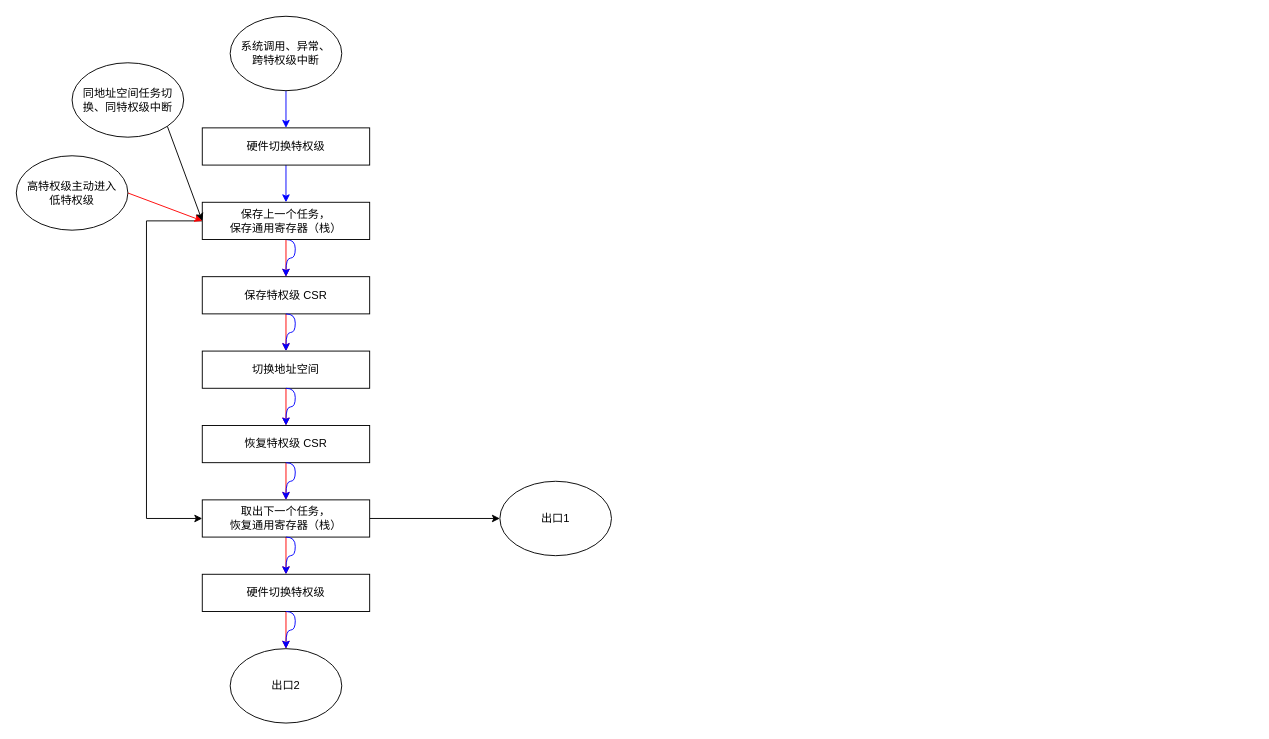
This is assets/trampoline.drawio from ATS-INTC/moic, a draw.io file, before an edit. Source tidied: cells renumbered, new cells numbered last; positions are measured from the earlier drawing's top-left corner, leaving out a move shared by most shapes. Both pictures are drawn from the tidied source at 93%, with x=0, y=0 at pixel (16, 16).
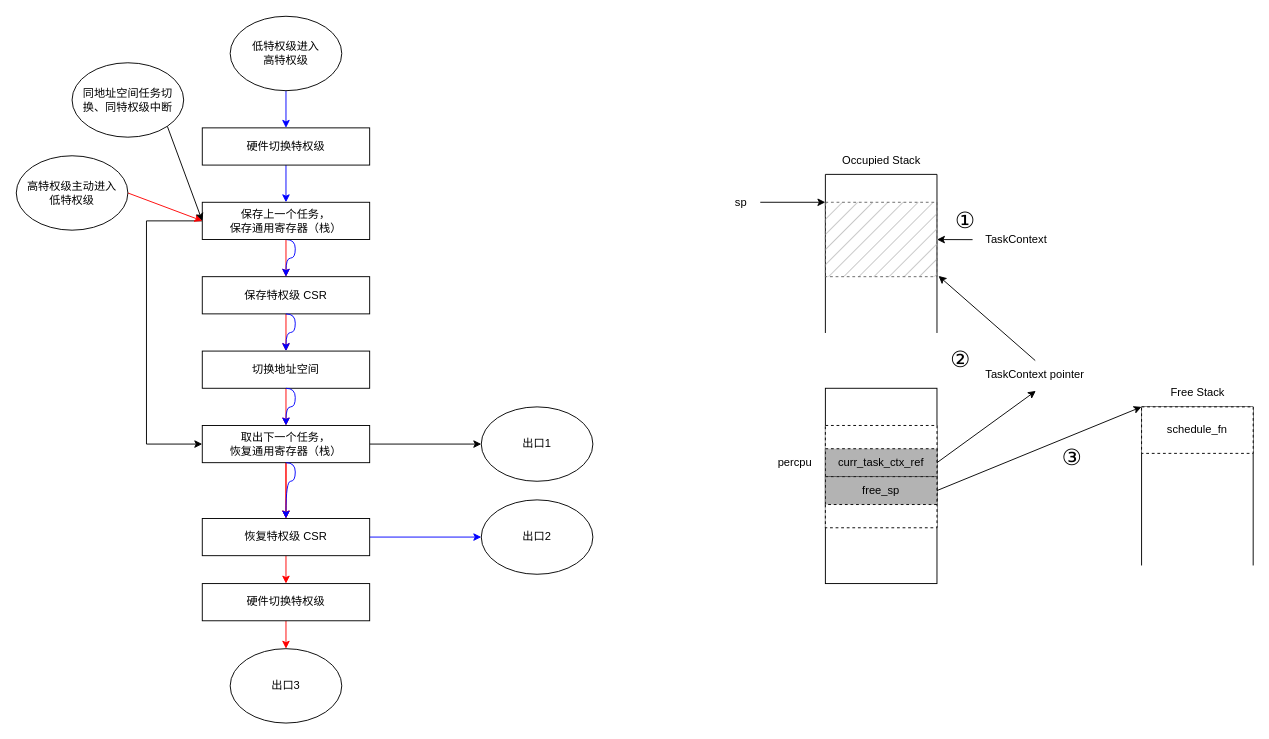
The same page after the edit.

The change refers to these unchanged cells:
```xml
<mxCell id="7" value="保存上一个任务，&lt;br&gt;保存通用寄存器（栈）" style="rounded=0;whiteSpace=wrap;html=1;" parent="1" vertex="1">
  <mxGeometry x="200" y="200" width="180" height="40" as="geometry" />
</mxCell>
<mxCell id="18" value="切换地址空间" style="rounded=0;whiteSpace=wrap;html=1;" parent="1" vertex="1">
  <mxGeometry x="200" y="360" width="180" height="40" as="geometry" />
</mxCell>
```

The edit, as a diff of the source:
```diff
@@
     <mxCell id="4" style="edgeStyle=orthogonalEdgeStyle;html=1;exitX=0;exitY=0.5;exitDx=0;exitDy=0;entryX=0;entryY=0.5;entryDx=0;entryDy=0;rounded=0;elbow=vertical;" parent="1" edge="1" source="7" target="10">
       <mxGeometry relative="1" as="geometry">
         <Array as="points">
           <mxPoint x="140" y="220" />
-          <mxPoint x="140" y="540" />
+          <mxPoint x="140" y="460" />
         </Array>
       </mxGeometry>
     </mxCell>
@@
-    <mxCell id="9" style="edgeStyle=none;rounded=0;html=1;exitX=0.5;exitY=1;exitDx=0;exitDy=0;entryX=0.5;entryY=0;entryDx=0;entryDy=0;strokeColor=#ff0000;elbow=vertical;" parent="1" edge="1" source="10" target="16">
-      <mxGeometry relative="1" as="geometry" />
-    </mxCell>
+    <mxCell id="32" style="edgeStyle=none;html=1;exitX=0.5;exitY=1;exitDx=0;exitDy=0;entryX=0.5;entryY=0;entryDx=0;entryDy=0;strokeColor=#FF0000;" parent="1" edge="1" source="10" target="14">
+      <mxGeometry relative="1" as="geometry" />
+    </mxCell>
+    <mxCell id="33" style="edgeStyle=none;html=1;strokeColor=#FF0000;" parent="1" edge="1" source="10" target="14">
+      <mxGeometry relative="1" as="geometry" />
+    </mxCell>
     <mxCell id="10" value="取出下一个任务，&lt;br&gt;恢复通用寄存器（栈）" style="rounded=0;whiteSpace=wrap;html=1;" parent="1" vertex="1">
-      <mxGeometry x="200" y="520" width="180" height="40" as="geometry" />
+      <mxGeometry x="200" y="440" width="180" height="40" as="geometry" />
     </mxCell>
@@
-    <mxCell id="13" style="edgeStyle=none;rounded=0;html=1;exitX=0.5;exitY=1;exitDx=0;exitDy=0;entryX=0.5;entryY=0;entryDx=0;entryDy=0;strokeColor=#ff0000;elbow=vertical;" parent="1" edge="1" source="14" target="10">
-      <mxGeometry relative="1" as="geometry" />
-    </mxCell>
+    <mxCell id="34" style="edgeStyle=none;html=1;exitX=0.5;exitY=1;exitDx=0;exitDy=0;entryX=0.5;entryY=0;entryDx=0;entryDy=0;strokeColor=#FF0000;" parent="1" edge="1" source="14" target="16">
+      <mxGeometry relative="1" as="geometry" />
+    </mxCell>
+    <mxCell id="35" style="edgeStyle=none;html=1;exitX=1;exitY=0.5;exitDx=0;exitDy=0;entryX=0;entryY=0.5;entryDx=0;entryDy=0;strokeColor=#0000FF;" parent="1" edge="1" source="14" target="39">
+      <mxGeometry relative="1" as="geometry" />
+    </mxCell>
     <mxCell id="14" value="恢复特权级 CSR" style="rounded=0;whiteSpace=wrap;html=1;" parent="1" vertex="1">
-      <mxGeometry x="200" y="440" width="180" height="40" as="geometry" />
+      <mxGeometry x="200" y="540" width="180" height="40" as="geometry" />
     </mxCell>
@@
     <mxCell id="16" value="硬件切换特权级" style="rounded=0;whiteSpace=wrap;html=1;" parent="1" vertex="1">
-      <mxGeometry x="200" y="600" width="180" height="40" as="geometry" />
+      <mxGeometry x="200" y="610" width="180" height="40" as="geometry" />
     </mxCell>
-    <mxCell id="17" style="edgeStyle=none;rounded=0;html=1;exitX=0.5;exitY=1;exitDx=0;exitDy=0;entryX=0.5;entryY=0;entryDx=0;entryDy=0;strokeColor=#ff0000;elbow=vertical;" parent="1" edge="1" source="18" target="14">
-      <mxGeometry relative="1" as="geometry" />
-    </mxCell>
+    <mxCell id="36" style="edgeStyle=none;html=1;exitX=0.5;exitY=1;exitDx=0;exitDy=0;entryX=0.5;entryY=0;entryDx=0;entryDy=0;strokeColor=#FF0000;" parent="1" edge="1" source="18" target="10">
+      <mxGeometry relative="1" as="geometry" />
+    </mxCell>
@@
     <mxCell id="21" value="出口1" style="ellipse;whiteSpace=wrap;html=1;" parent="1" vertex="1">
-      <mxGeometry x="520" y="500" width="120" height="80" as="geometry" />
+      <mxGeometry x="500" y="420" width="120" height="80" as="geometry" />
     </mxCell>
@@
-    <mxCell id="24" value="出口2" style="ellipse;whiteSpace=wrap;html=1;" parent="1" vertex="1">
+    <mxCell id="24" value="出口3" style="ellipse;whiteSpace=wrap;html=1;" parent="1" vertex="1">
       <mxGeometry x="230" y="680" width="120" height="80" as="geometry" />
     </mxCell>
@@
-    <mxCell id="26" value="系统调用、异常、&lt;br&gt;跨特权级中断" style="ellipse;whiteSpace=wrap;html=1;" parent="1" vertex="1">
+    <mxCell id="26" value="低特权级进入&lt;br&gt;高特权级" style="ellipse;whiteSpace=wrap;html=1;" parent="1" vertex="1">
       <mxGeometry x="230" width="120" height="80" as="geometry" />
     </mxCell>
@@
-    <mxCell id="28" style="edgeStyle=orthogonalEdgeStyle;rounded=0;html=1;exitX=0.5;exitY=1;exitDx=0;exitDy=0;entryX=0.5;entryY=0;entryDx=0;entryDy=0;strokeColor=#0000FF;elbow=vertical;curved=1;" parent="1" edge="1" source="18" target="14">
-      <mxGeometry relative="1" as="geometry">
-        <Array as="points">
-          <mxPoint x="300" y="400" />
-          <mxPoint x="300" y="420" />
-          <mxPoint x="290" y="420" />
-        </Array>
-      </mxGeometry>
-    </mxCell>
-    <mxCell id="29" style="edgeStyle=orthogonalEdgeStyle;rounded=0;html=1;exitX=0.5;exitY=1;exitDx=0;exitDy=0;entryX=0.5;entryY=0;entryDx=0;entryDy=0;strokeColor=#0000FF;elbow=vertical;curved=1;" parent="1" edge="1" source="14" target="10">
-      <mxGeometry relative="1" as="geometry">
-        <Array as="points">
-          <mxPoint x="300" y="480" />
-          <mxPoint x="300" y="500" />
-          <mxPoint x="290" y="500" />
-        </Array>
-      </mxGeometry>
-    </mxCell>
-    <mxCell id="30" style="edgeStyle=orthogonalEdgeStyle;rounded=0;html=1;exitX=0.5;exitY=1;exitDx=0;exitDy=0;entryX=0.5;entryY=0;entryDx=0;entryDy=0;strokeColor=#0000FF;elbow=vertical;curved=1;" parent="1" edge="1" source="10" target="16">
-      <mxGeometry relative="1" as="geometry">
-        <Array as="points">
-          <mxPoint x="300" y="560" />
-          <mxPoint x="300" y="580" />
-          <mxPoint x="290" y="580" />
-        </Array>
-      </mxGeometry>
-    </mxCell>
-    <mxCell id="31" style="edgeStyle=orthogonalEdgeStyle;rounded=0;html=1;exitX=0.5;exitY=1;exitDx=0;exitDy=0;entryX=0.5;entryY=0;entryDx=0;entryDy=0;strokeColor=#0000FF;elbow=vertical;curved=1;" parent="1" edge="1" source="16" target="24">
-      <mxGeometry relative="1" as="geometry">
-        <Array as="points">
-          <mxPoint x="300" y="640" />
-          <mxPoint x="300" y="660" />
-          <mxPoint x="290" y="660" />
-        </Array>
-      </mxGeometry>
-    </mxCell>
+    <mxCell id="37" style="edgeStyle=orthogonalEdgeStyle;rounded=0;html=1;exitX=0.5;exitY=1;exitDx=0;exitDy=0;entryX=0.5;entryY=0;entryDx=0;entryDy=0;strokeColor=#0000FF;elbow=vertical;curved=1;" parent="1" edge="1" source="18" target="10">
+      <mxGeometry relative="1" as="geometry">
+        <Array as="points">
+          <mxPoint x="300" y="400" />
+          <mxPoint x="300" y="420" />
+          <mxPoint x="290" y="420" />
+        </Array>
+      </mxGeometry>
+    </mxCell>
+    <mxCell id="38" style="edgeStyle=orthogonalEdgeStyle;rounded=0;html=1;exitX=0.5;exitY=1;exitDx=0;exitDy=0;entryX=0.5;entryY=0;entryDx=0;entryDy=0;strokeColor=#0000FF;elbow=vertical;curved=1;" parent="1" edge="1" source="10" target="14">
+      <mxGeometry relative="1" as="geometry">
+        <Array as="points">
+          <mxPoint x="300" y="480" />
+          <mxPoint x="300" y="500" />
+          <mxPoint x="290" y="500" />
+        </Array>
+      </mxGeometry>
+    </mxCell>
+    <mxCell id="39" value="出口2" style="ellipse;whiteSpace=wrap;html=1;" parent="1" vertex="1">
+      <mxGeometry x="500" y="520" width="120" height="80" as="geometry" />
+    </mxCell>
+    <mxCell id="40" style="shape=partialRectangle;whiteSpace=wrap;html=1;bottom=1;right=1;left=1;top=0;fillColor=none;routingCenterX=-0.5;rotation=-180;" parent="1" vertex="1">
+      <mxGeometry x="870" y="170" width="120" height="170" as="geometry" />
+    </mxCell>
+    <mxCell id="41" style="rounded=0;whiteSpace=wrap;html=1;" parent="1" vertex="1">
+      <mxGeometry x="870" y="400" width="120" height="210" as="geometry" />
+    </mxCell>
+    <mxCell id="42" style="endArrow=classic;html=1;strokeColor=#000000;" parent="1" edge="1">
+      <mxGeometry relative="1" as="geometry">
+        <mxPoint x="800" y="200" as="sourcePoint" />
+        <mxPoint x="870" y="200" as="targetPoint" />
+      </mxGeometry>
+    </mxCell>
+    <mxCell id="43" style="rounded=0;whiteSpace=wrap;html=1;dashed=1;fillStyle=hatch;fillColor=#B3B3B3;fontColor=#333333;strokeColor=#666666;gradientColor=none;" parent="1" vertex="1">
+      <mxGeometry x="870" y="200" width="120" height="80" as="geometry" />
+    </mxCell>
+    <mxCell id="44" value="TaskContext" style="text;html=1;align=center;verticalAlign=middle;points=[];strokeColor=none;fillColor=none;" parent="1" vertex="1">
+      <mxGeometry x="1030" y="225" width="90" height="30" as="geometry" />
+    </mxCell>
+    <mxCell id="45" style="endArrow=classic;html=1;strokeColor=#000000;exitX=-0.019;exitY=0.506;exitDx=0;exitDy=0;exitPerimeter=0;" parent="1" edge="1" source="44" target="43">
+      <mxGeometry relative="1" as="geometry" />
+    </mxCell>
+    <mxCell id="46" value="sp" style="text;html=1;align=center;verticalAlign=middle;strokeColor=none;fillColor=none;dashed=1;" parent="1" vertex="1">
+      <mxGeometry x="759" y="185" width="40" height="30" as="geometry" />
+    </mxCell>
+    <mxCell id="47" style="endArrow=classic;html=1;strokeColor=#000000;exitX=0.505;exitY=0.006;exitDx=0;exitDy=0;exitPerimeter=0;" parent="1" edge="1" source="48">
+      <mxGeometry relative="1" as="geometry">
+        <mxPoint x="991.7" y="279.2" as="targetPoint" />
+      </mxGeometry>
+    </mxCell>
+    <mxCell id="48" value="TaskContext pointer" style="text;html=1;align=center;verticalAlign=middle;points=[];strokeColor=none;fillColor=none;" parent="1" vertex="1">
+      <mxGeometry x="1030" y="370" width="130" height="30" as="geometry" />
+    </mxCell>
+    <mxCell id="49" style="rounded=0;whiteSpace=wrap;html=1;dashed=1;fillStyle=auto;" parent="1" vertex="1">
+      <mxGeometry x="870" y="440" width="120" height="110" as="geometry" />
+    </mxCell>
+    <mxCell id="50" value="percpu" style="text;html=1;align=center;verticalAlign=middle;strokeColor=none;fillColor=none;" parent="1" vertex="1">
+      <mxGeometry x="807" y="465" width="60" height="30" as="geometry" />
+    </mxCell>
+    <mxCell id="51" style="edgeStyle=none;html=1;exitX=1;exitY=0.5;exitDx=0;exitDy=0;entryX=0.51;entryY=1.094;entryDx=0;entryDy=0;entryPerimeter=0;strokeColor=#000000;" parent="1" edge="1" source="52" target="48">
+      <mxGeometry relative="1" as="geometry" />
+    </mxCell>
+    <mxCell id="52" value="curr_task_ctx_ref" style="rounded=0;whiteSpace=wrap;html=1;dashed=1;fillStyle=auto;fillColor=#B3B3B3;gradientColor=none;" parent="1" vertex="1">
+      <mxGeometry x="870" y="465" width="120" height="30" as="geometry" />
+    </mxCell>
+    <mxCell id="53" style="edgeStyle=none;html=1;exitX=1;exitY=0.5;exitDx=0;exitDy=0;entryX=1;entryY=1;entryDx=0;entryDy=0;strokeColor=#000000;" parent="1" edge="1" source="54" target="55">
+      <mxGeometry relative="1" as="geometry" />
+    </mxCell>
+    <mxCell id="54" value="free_sp" style="rounded=0;whiteSpace=wrap;html=1;dashed=1;fillStyle=auto;fillColor=#B3B3B3;gradientColor=none;" parent="1" vertex="1">
+      <mxGeometry x="870" y="495" width="120" height="30" as="geometry" />
+    </mxCell>
+    <mxCell id="55" style="shape=partialRectangle;whiteSpace=wrap;html=1;bottom=1;right=1;left=1;top=0;fillColor=none;routingCenterX=-0.5;rotation=-180;" parent="1" vertex="1">
+      <mxGeometry x="1210" y="420" width="120" height="170" as="geometry" />
+    </mxCell>
+    <mxCell id="56" value="schedule_fn" style="rounded=0;whiteSpace=wrap;html=1;dashed=1;fillStyle=auto;" parent="1" vertex="1">
+      <mxGeometry x="1210" y="420" width="120" height="50" as="geometry" />
+    </mxCell>
+    <mxCell id="57" value="Free Stack" style="text;html=1;align=center;verticalAlign=middle;strokeColor=none;fillColor=none;" parent="1" vertex="1">
+      <mxGeometry x="1230" y="390" width="80" height="30" as="geometry" />
+    </mxCell>
+    <mxCell id="58" value="Occupied Stack" style="text;html=1;align=center;verticalAlign=middle;strokeColor=none;fillColor=none;" parent="1" vertex="1">
+      <mxGeometry x="875" y="140" width="110" height="30" as="geometry" />
+    </mxCell>
+    <mxCell id="59" value="&lt;font style=&quot;font-size: 24px;&quot;&gt;①&lt;/font&gt;" style="text;html=1;align=center;verticalAlign=middle;strokeColor=none;fillColor=none;dashed=1;fillStyle=auto;" parent="1" vertex="1">
+      <mxGeometry x="995" y="200" width="50" height="40" as="geometry" />
+    </mxCell>
+    <mxCell id="60" value="&lt;font style=&quot;font-size: 24px;&quot;&gt;②&lt;/font&gt;" style="text;html=1;align=center;verticalAlign=middle;strokeColor=none;fillColor=none;dashed=1;fillStyle=auto;" parent="1" vertex="1">
+      <mxGeometry x="990" y="350" width="50" height="40" as="geometry" />
+    </mxCell>
+    <mxCell id="61" value="&lt;font style=&quot;font-size: 24px;&quot;&gt;③&lt;/font&gt;" style="text;html=1;align=center;verticalAlign=middle;strokeColor=none;fillColor=none;dashed=1;fillStyle=auto;" parent="1" vertex="1">
+      <mxGeometry x="1110" y="455" width="50" height="40" as="geometry" />
+    </mxCell>
```
